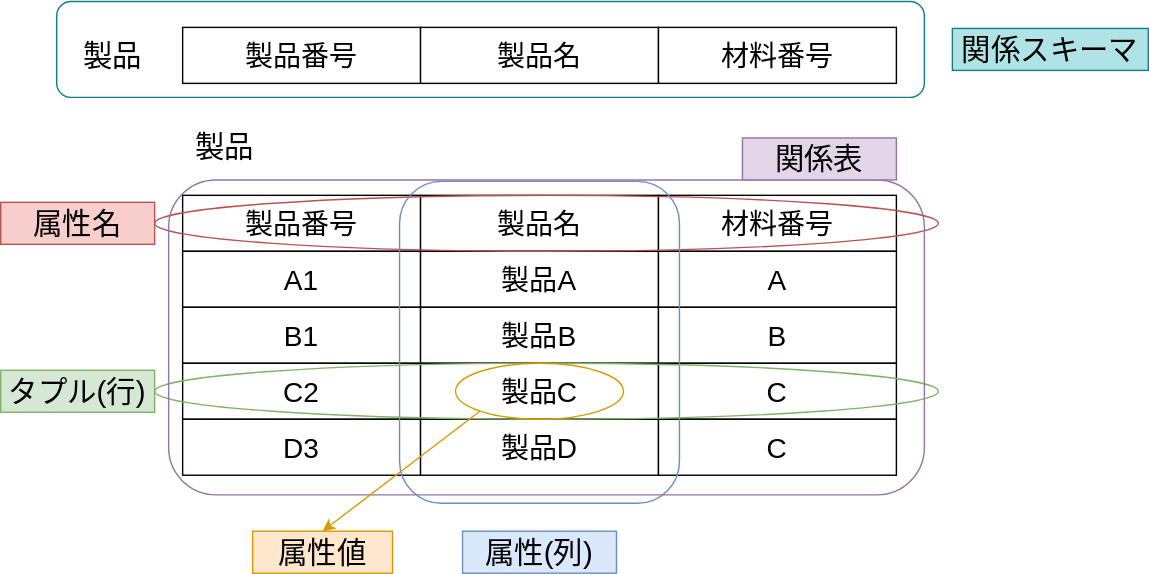
Above: static/img/svg/Database/relational-data-model/relational-data-model-1.drawio.svg in koseki2580/study-docs (draw.io), before the change. Source tidied: cells renumbered, new cells last; positions are measured from the earlier drawing's top-left corner, leaving out a move shared by most shapes.
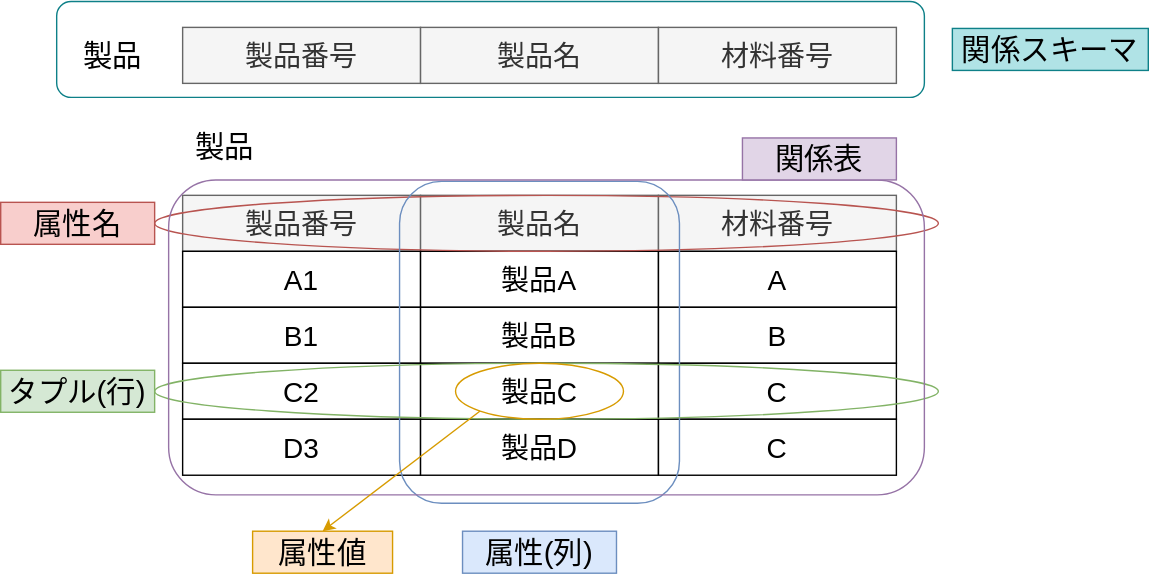
Above is the later version.

Change to the diagram source:
```diff
@@ -2,13 +2,13 @@
   <root>
     <mxCell id="0" />
     <mxCell id="1" parent="0" />
-    <mxCell id="2" value="製品番号" style="rounded=0;whiteSpace=wrap;html=1;fontSize=20;" parent="1" vertex="1">
+    <mxCell id="2" value="製品番号" style="rounded=0;whiteSpace=wrap;html=1;fontSize=20;fillColor=#f5f5f5;fontColor=#333333;strokeColor=#666666;" parent="1" vertex="1">
       <mxGeometry x="130" y="138" width="170" height="40" as="geometry" />
     </mxCell>
-    <mxCell id="3" value="製品名" style="rounded=0;whiteSpace=wrap;html=1;fontSize=20;" parent="1" vertex="1">
+    <mxCell id="3" value="製品名" style="rounded=0;whiteSpace=wrap;html=1;fontSize=20;fillColor=#f5f5f5;fontColor=#333333;strokeColor=#666666;" parent="1" vertex="1">
       <mxGeometry x="300" y="138" width="170" height="40" as="geometry" />
     </mxCell>
-    <mxCell id="4" value="材料番号" style="rounded=0;whiteSpace=wrap;html=1;fontSize=20;" parent="1" vertex="1">
+    <mxCell id="4" value="材料番号" style="rounded=0;whiteSpace=wrap;html=1;fontSize=20;fillColor=#f5f5f5;fontColor=#333333;strokeColor=#666666;" parent="1" vertex="1">
       <mxGeometry x="470" y="138" width="170" height="40" as="geometry" />
     </mxCell>
     <mxCell id="5" value="A1" style="rounded=0;whiteSpace=wrap;html=1;fontSize=20;" parent="1" vertex="1">
@@ -83,13 +83,13 @@
     <mxCell id="28" value="属性値" style="text;html=1;strokeColor=#d79b00;fillColor=#ffe6cc;align=center;verticalAlign=middle;whiteSpace=wrap;rounded=0;fontSize=21;" parent="1" vertex="1">
       <mxGeometry x="180" y="378" width="100" height="30" as="geometry" />
     </mxCell>
-    <mxCell id="29" value="製品番号" style="rounded=0;whiteSpace=wrap;html=1;fontSize=20;" parent="1" vertex="1">
+    <mxCell id="29" value="製品番号" style="rounded=0;whiteSpace=wrap;html=1;fontSize=20;fillColor=#f5f5f5;fontColor=#333333;strokeColor=#666666;" parent="1" vertex="1">
       <mxGeometry x="130" y="18" width="170" height="40" as="geometry" />
     </mxCell>
-    <mxCell id="30" value="製品名" style="rounded=0;whiteSpace=wrap;html=1;fontSize=20;" parent="1" vertex="1">
+    <mxCell id="30" value="製品名" style="rounded=0;whiteSpace=wrap;html=1;fontSize=20;fillColor=#f5f5f5;fontColor=#333333;strokeColor=#666666;" parent="1" vertex="1">
       <mxGeometry x="300" y="18" width="170" height="40" as="geometry" />
     </mxCell>
-    <mxCell id="31" value="材料番号" style="rounded=0;whiteSpace=wrap;html=1;fontSize=20;" parent="1" vertex="1">
+    <mxCell id="31" value="材料番号" style="rounded=0;whiteSpace=wrap;html=1;fontSize=20;fillColor=#f5f5f5;fontColor=#333333;strokeColor=#666666;" parent="1" vertex="1">
       <mxGeometry x="470" y="18" width="170" height="40" as="geometry" />
     </mxCell>
     <mxCell id="32" value="製品" style="text;html=1;strokeColor=none;fillColor=none;align=center;verticalAlign=middle;whiteSpace=wrap;rounded=0;fontSize=21;" parent="1" vertex="1">
```
